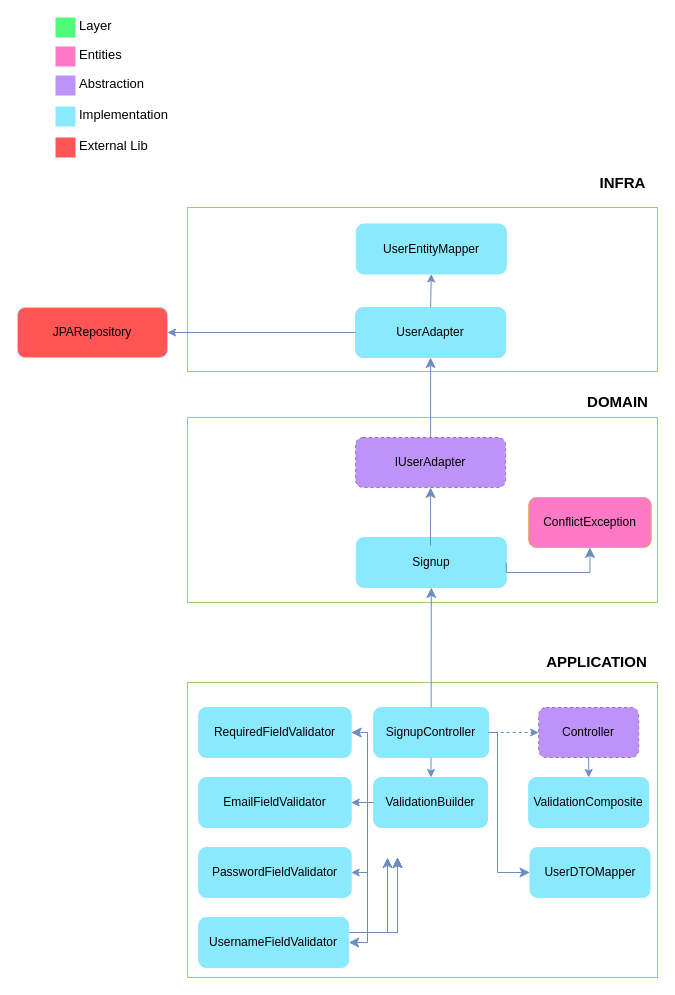
gervasioartur/walletwise-api keeps this draw.io diagram as docs/useCases/signup.drawio. Above is the earlier version. Source tidied: cells renumbered, new cells numbered last; positions are measured from the earlier drawing's top-left corner, leaving out a move shared by most shapes. Both pictures are drawn from the tidied source at 100%, with x=0, y=0 at pixel (17, 17).
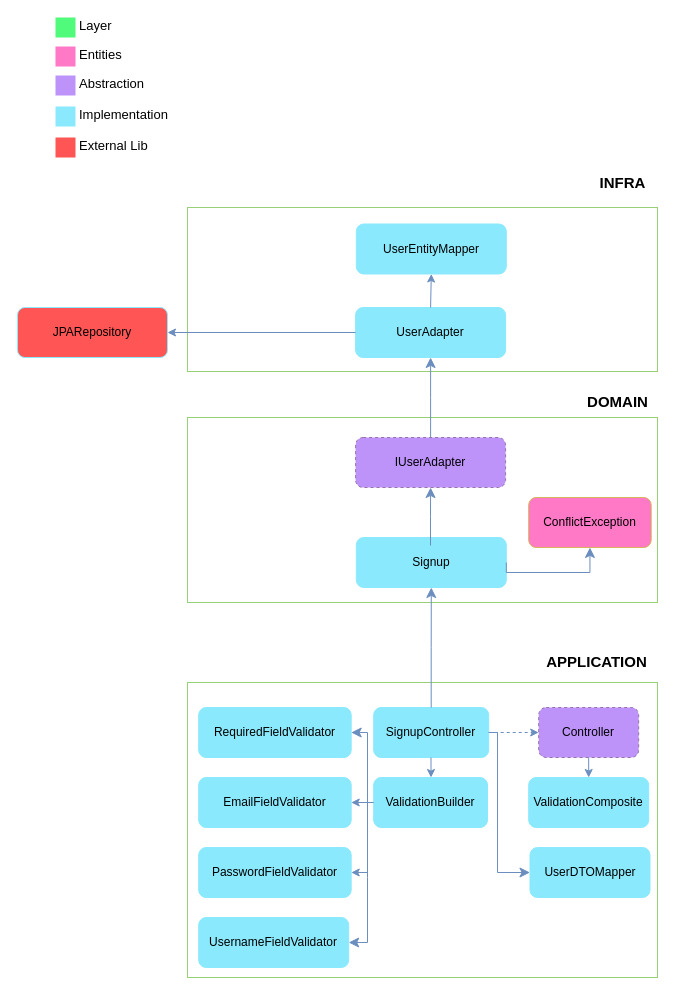
The same page after the edit.

Change to the diagram source:
```diff
@@
-    <mxCell id="6" style="edgeStyle=segmentEdgeStyle;endArrow=classic;html=1;curved=0;rounded=0;endSize=8;startSize=8;entryX=0.5;entryY=0;entryDx=0;entryDy=0;exitX=1;exitY=0.5;exitDx=0;exitDy=0;strokeColor=#6C8EBF;" parent="1" edge="1">
-      <mxGeometry relative="1" as="geometry">
-        <mxPoint x="338.8" y="915" as="sourcePoint" />
-        <mxPoint x="380" y="840" as="targetPoint" />
-      </mxGeometry>
-    </mxCell>
-    <mxCell id="7" style="edgeStyle=segmentEdgeStyle;endArrow=classic;html=1;curved=0;rounded=0;endSize=8;startSize=8;entryX=0.5;entryY=1;entryDx=0;entryDy=0;exitX=0;exitY=0.5;exitDx=0;exitDy=0;strokeColor=#6C8EBF;" parent="1" edge="1">
-      <mxGeometry relative="1" as="geometry">
-        <mxPoint x="211.2" y="915" as="sourcePoint" />
-        <mxPoint x="380" y="840" as="targetPoint" />
-      </mxGeometry>
-    </mxCell>
-    <mxCell id="8" style="edgeStyle=segmentEdgeStyle;endArrow=classic;html=1;curved=0;rounded=0;endSize=8;startSize=8;entryX=0.5;entryY=0;entryDx=0;entryDy=0;exitX=0;exitY=0.5;exitDx=0;exitDy=0;strokeColor=#6C8EBF;" parent="1" edge="1">
-      <mxGeometry relative="1" as="geometry">
-        <mxPoint x="211.2" y="915" as="sourcePoint" />
-        <mxPoint x="380" y="840" as="targetPoint" />
-      </mxGeometry>
-    </mxCell>
-    <mxCell id="9" style="edgeStyle=segmentEdgeStyle;endArrow=classic;html=1;curved=0;rounded=0;endSize=8;startSize=8;entryX=0.5;entryY=1;entryDx=0;entryDy=0;exitX=1;exitY=0.5;exitDx=0;exitDy=0;strokeColor=#6C8EBF;" parent="1" edge="1">
-      <mxGeometry relative="1" as="geometry">
-        <mxPoint x="338.8" y="915" as="sourcePoint" />
-        <mxPoint x="370" y="840" as="targetPoint" />
-      </mxGeometry>
-    </mxCell>
```
